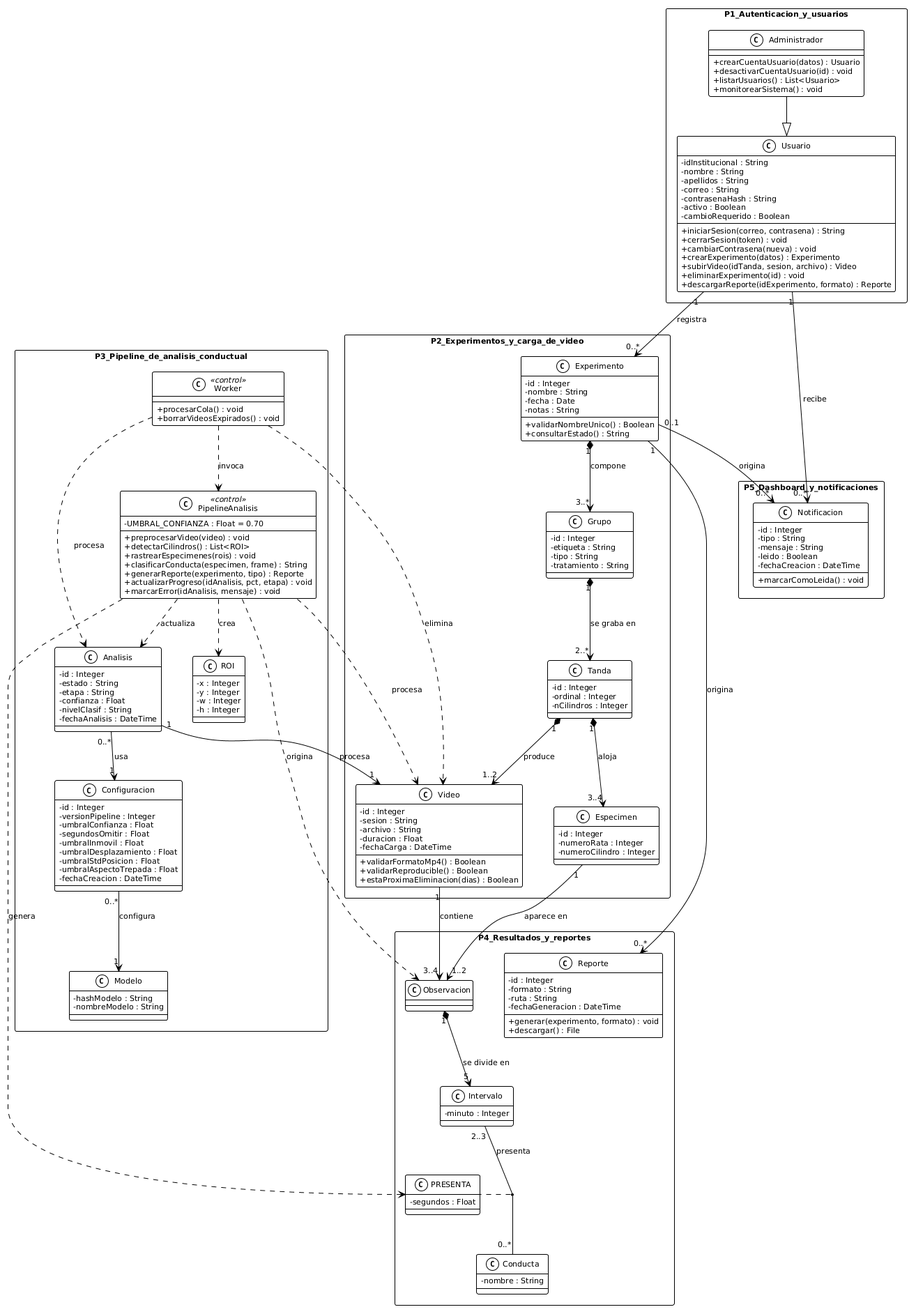
This is diagramas/clases.png from ErickJester/fst-ai-system-latex, a PlantUML export, as it was before one commit. The source it was exported from:
```plantuml
@startuml
!theme plain
skinparam defaultFontName Arial
skinparam defaultFontSize 11
skinparam shadowing false
skinparam classAttributeIconSize 0
skinparam packageStyle rectangle
skinparam nodesep 45
skinparam ranksep 55

package P1_Autenticacion_y_usuarios {

  class Usuario {
    -idInstitucional : String
    -nombre : String
    -apellidos : String
    -correo : String
    -contrasenaHash : String
    -activo : Boolean
    -cambioRequerido : Boolean
    +iniciarSesion(correo, contrasena) : String
    +cerrarSesion(token) : void
    +cambiarContrasena(nueva) : void
    +crearExperimento(datos) : Experimento
    +subirVideo(idTanda, sesion, archivo) : Video
    +eliminarExperimento(id) : void
    +descargarReporte(idExperimento, formato) : Reporte
  }

  class Administrador {
    +crearCuentaUsuario(datos) : Usuario
    +desactivarCuentaUsuario(id) : void
    +listarUsuarios() : List<Usuario>
    +monitorearSistema() : void
  }
}

package P2_Experimentos_y_carga_de_video {

  class Experimento {
    -id : Integer
    -nombre : String
    -fecha : Date
    -notas : String
    +validarNombreUnico() : Boolean
    +consultarEstado() : String
  }

  class Grupo {
    -id : Integer
    -etiqueta : String
    -tipo : String
    -tratamiento : String
  }

  class Tanda {
    -id : Integer
    -ordinal : Integer
    -nCilindros : Integer
  }

  class Especimen {
    -id : Integer
    -numeroRata : Integer
    -numeroCilindro : Integer
  }

  class Video {
    -id : Integer
    -sesion : String
    -archivo : String
    -duracion : Float
    -fechaCarga : DateTime
    +validarFormatoMp4() : Boolean
    +validarReproducible() : Boolean
    +estaProximaEliminacion(dias) : Boolean
  }
}

package P3_Pipeline_de_analisis_conductual {

  class Worker <<control>> {
    +procesarCola() : void
    +borrarVideosExpirados() : void
  }

  class PipelineAnalisis <<control>> {
    -UMBRAL_CONFIANZA : Float = 0.70
    +preprocesarVideo(video) : void
    +detectarCilindros() : List<ROI>
    +rastrearEspecimenes(rois) : void
    +clasificarConducta(especimen, frame) : String
    +generarReporte(experimento, tipo) : Reporte
    +actualizarProgreso(idAnalisis, pct, etapa) : void
    +marcarError(idAnalisis, mensaje) : void
  }

  class ROI {
    -x : Integer
    -y : Integer
    -w : Integer
    -h : Integer
  }

  class Analisis {
    -id : Integer
    -estado : String
    -etapa : String
    -confianza : Float
    -nivelClasif : String
    -fechaAnalisis : DateTime
  }

  class Modelo {
    -hashModelo : String
    -nombreModelo : String
  }

  class Configuracion {
    -id : Integer
    -versionPipeline : Integer
    -umbralConfianza : Float
    -segundosOmitir : Float
    -umbralInmovil : Float
    -umbralDesplazamiento : Float
    -umbralStdPosicion : Float
    -umbralAspectoTrepada : Float
    -fechaCreacion : DateTime
  }
}

package P4_Resultados_y_reportes {

  class Observacion {
  }

  class Intervalo {
    -minuto : Integer
  }

  class Conducta {
    -nombre : String
  }

  class PRESENTA {
    -segundos : Float
  }

  class Reporte {
    -id : Integer
    -formato : String
    -ruta : String
    -fechaGeneracion : DateTime
    +generar(experimento, formato) : void
    +descargar() : File
  }
}

package P5_Dashboard_y_notificaciones {

  class Notificacion {
    -id : Integer
    -tipo : String
    -mensaje : String
    -leido : Boolean
    -fechaCreacion : DateTime
    +marcarComoLeida() : void
  }
}

Administrador --|> Usuario

Usuario "1" --> "0..*" Experimento  : registra
Usuario "1" --> "0..*" Notificacion : recibe

Experimento "1" *--> "3..*" Grupo     : compone
Grupo       "1" *--> "2..*" Tanda     : "se graba en"
Tanda       "1" *--> "3..4" Especimen : aloja
Tanda       "1" *--> "1..2" Video     : produce

Analisis "1" --> "1" Video            : procesa
Analisis "0..*" --> "1" Configuracion : usa
Configuracion "0..*" --> "1" Modelo   : configura

Worker ..> PipelineAnalisis : invoca
Worker ..> Analisis         : procesa
Worker ..> Video            : elimina

PipelineAnalisis ..> ROI         : crea
PipelineAnalisis ..> Video       : procesa
PipelineAnalisis ..> Analisis    : actualiza
PipelineAnalisis ..> Observacion : origina
PipelineAnalisis ..> PRESENTA    : genera

Especimen   "1" --> "1..2" Observacion : "aparece en"
Video       "1" --> "3..4" Observacion : contiene
Observacion "1" *--> "5"   Intervalo   : "se divide en"

Intervalo "2..3" -- "0..*" Conducta : presenta
(Intervalo, Conducta) .. PRESENTA

Experimento "1"    --> "0..*" Reporte      : origina
Experimento "0..1" --> "0..*" Notificacion : origina
@enduml
```
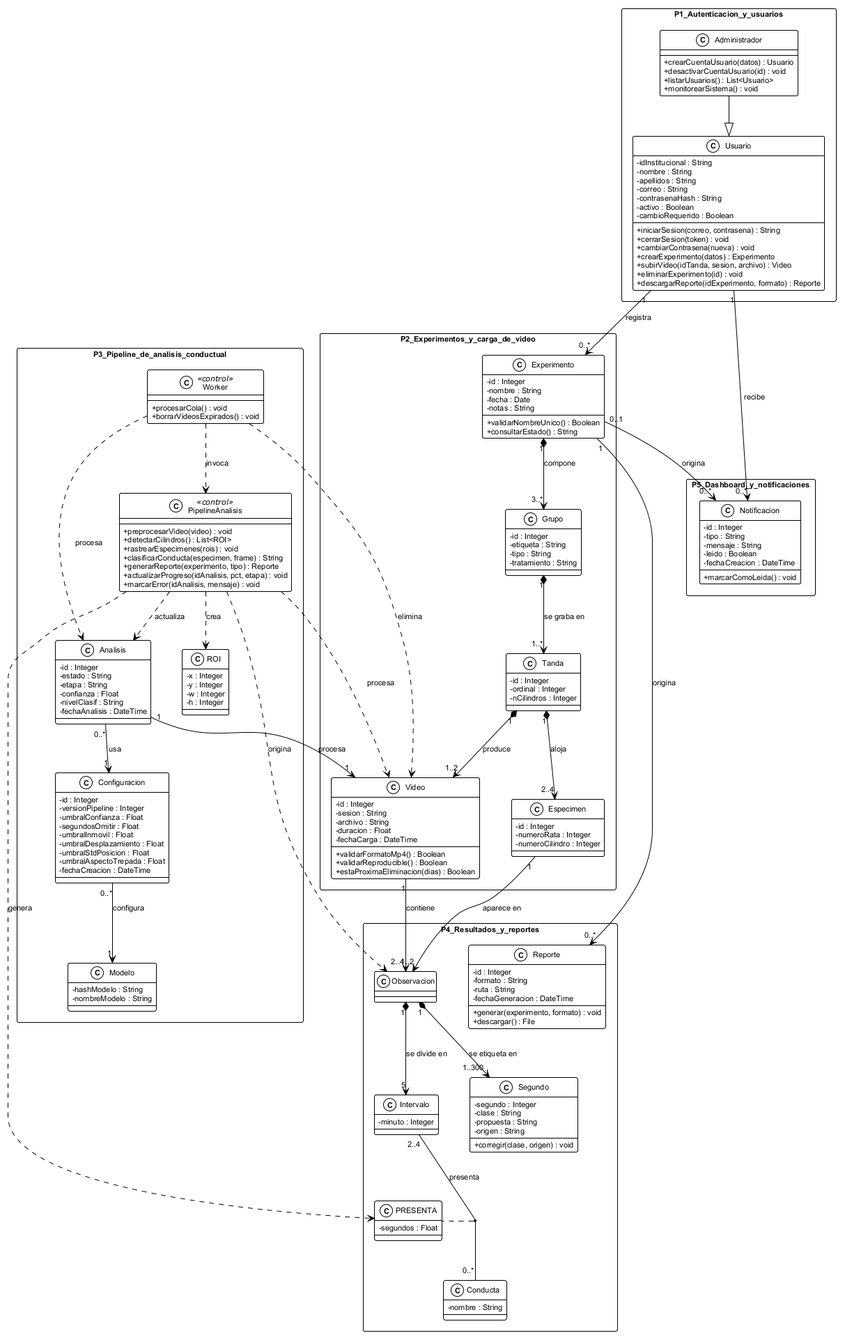
After the commit.

Change to the diagram source:
```diff
@@ -1,4 +1,5 @@
-@startuml
+@startuml clases
+
 !theme plain
 skinparam defaultFontName Arial
 skinparam defaultFontSize 11
@@ -85,7 +86,6 @@
   }
 
   class PipelineAnalisis <<control>> {
-    -UMBRAL_CONFIANZA : Float = 0.70
     +preprocesarVideo(video) : void
     +detectarCilindros() : List<ROI>
     +rastrearEspecimenes(rois) : void
@@ -145,6 +145,13 @@
   class PRESENTA {
     -segundos : Float
   }
+  class Segundo {
+    -segundo : Integer
+    -clase : String
+    -propuesta : String
+    -origen : String
+    +corregir(clase, origen) : void
+  }
 
   class Reporte {
     -id : Integer
@@ -174,8 +181,8 @@
 Usuario "1" --> "0..*" Notificacion : recibe
 
 Experimento "1" *--> "3..*" Grupo     : compone
-Grupo       "1" *--> "2..*" Tanda     : "se graba en"
-Tanda       "1" *--> "3..4" Especimen : aloja
+Grupo       "1" *--> "1..*" Tanda     : "se graba en"
+Tanda       "1" *--> "2..4" Especimen : aloja
 Tanda       "1" *--> "1..2" Video     : produce
 
 Analisis "1" --> "1" Video            : procesa
@@ -193,12 +200,14 @@
 PipelineAnalisis ..> PRESENTA    : genera
 
 Especimen   "1" --> "1..2" Observacion : "aparece en"
-Video       "1" --> "3..4" Observacion : contiene
+Video       "1" --> "2..4" Observacion : contiene
 Observacion "1" *--> "5"   Intervalo   : "se divide en"
 
-Intervalo "2..3" -- "0..*" Conducta : presenta
+Observacion "1" *--> "1..300" Segundo : "se etiqueta en"
+Intervalo "2..4" -- "0..*" Conducta : presenta
 (Intervalo, Conducta) .. PRESENTA
 
 Experimento "1"    --> "0..*" Reporte      : origina
 Experimento "0..1" --> "0..*" Notificacion : origina
+
 @enduml
```
